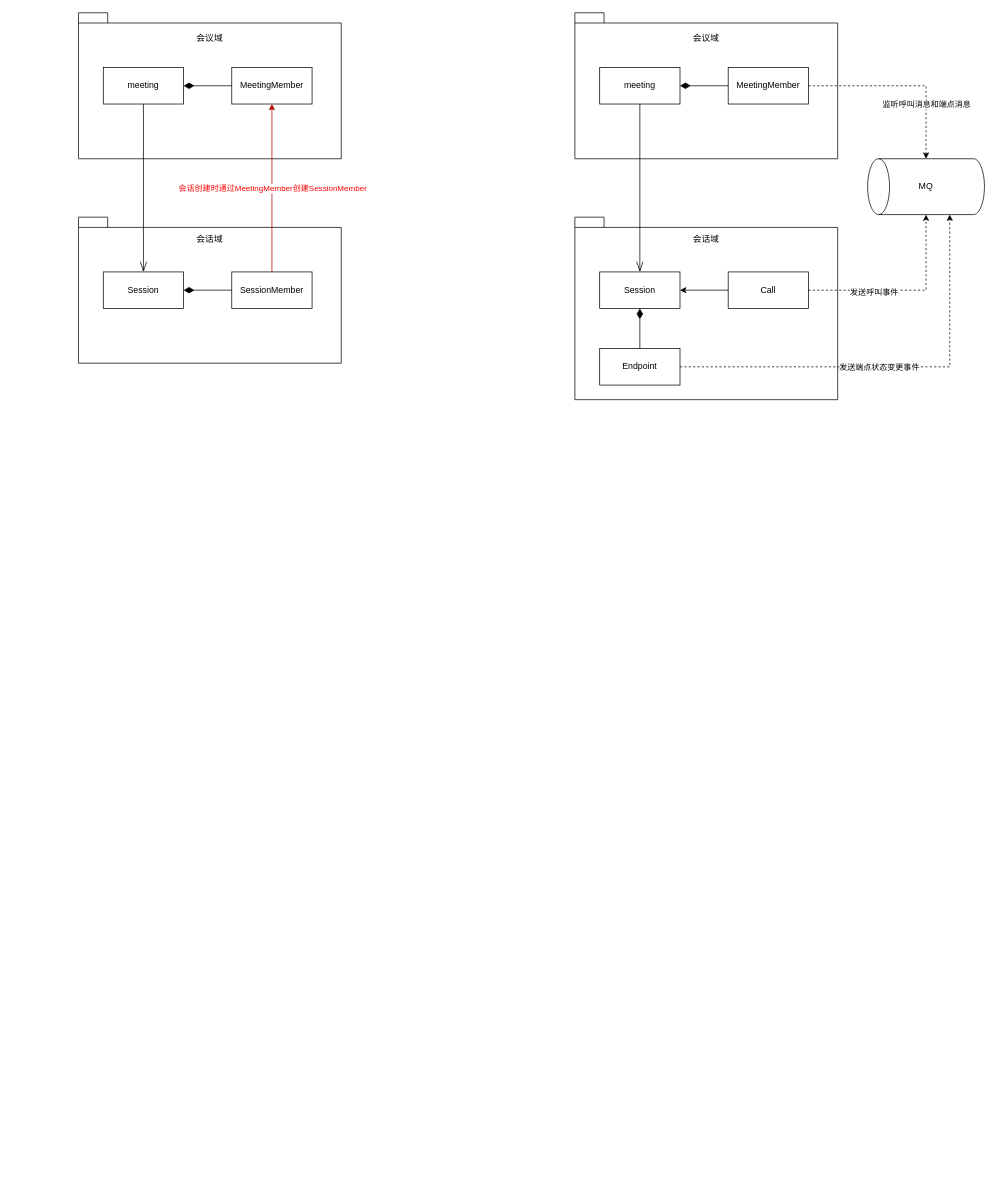
Before: 职级.drawio in herozzn/draw, a draw.io diagram. Source tidied: cells renumbered, new cells numbered last; positions are measured from the earlier drawing's top-left corner, leaving out a move shared by most shapes. Both pictures are drawn from the tidied source at 73%, with x=0, y=0 at pixel (78, 12).
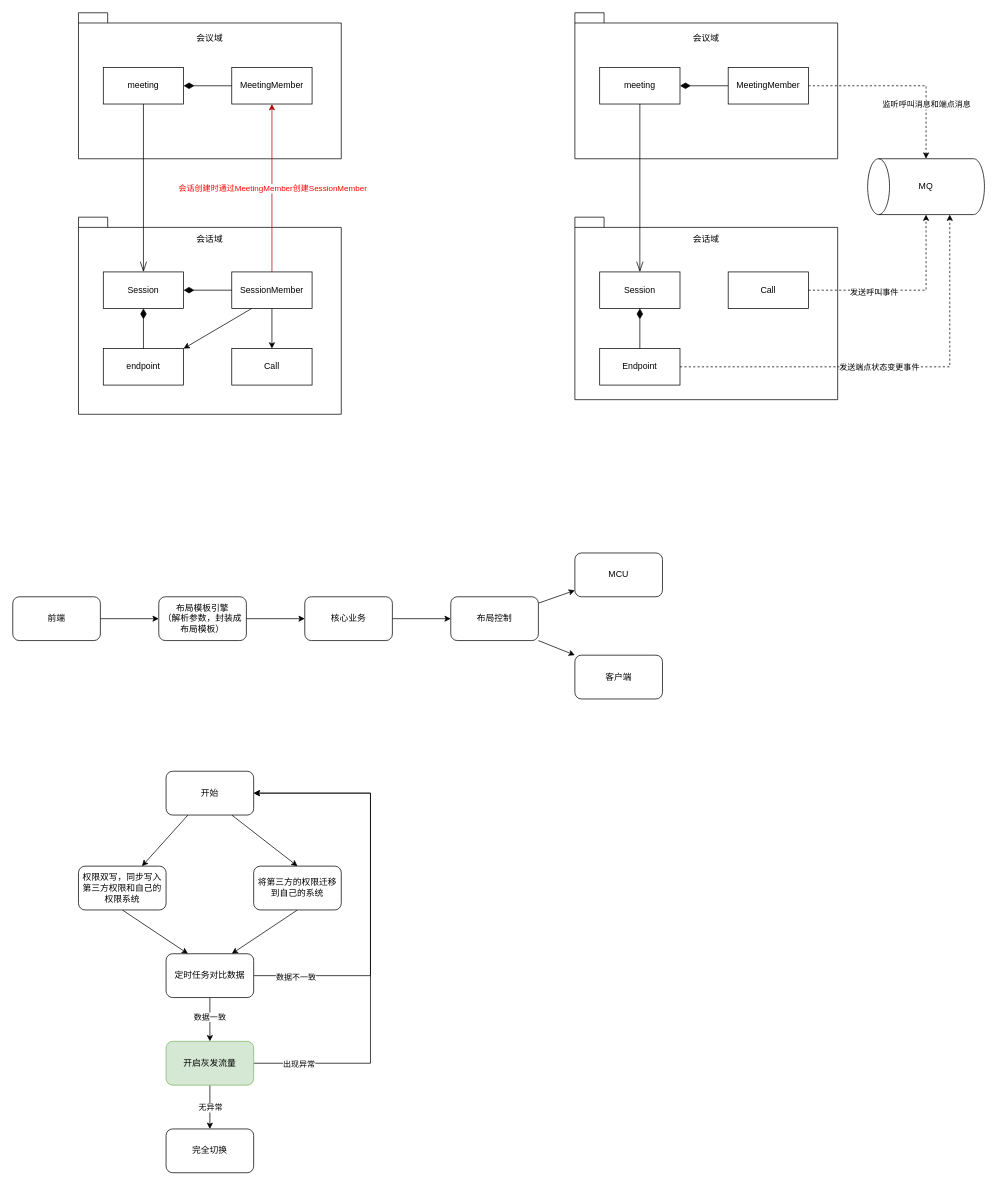
The same page after the edit.

Unchanged cells that the change refers to:
```xml
<mxCell id="9" value="Session" style="html=1;whiteSpace=wrap;" parent="1" vertex="1">
  <mxGeometry x="34" y="355" width="110" height="50" as="geometry" />
</mxCell>
<mxCell id="12" value="SessionMember" style="html=1;whiteSpace=wrap;" parent="1" vertex="1">
  <mxGeometry x="210" y="355" width="110" height="50" as="geometry" />
</mxCell>
<mxCell id="24" value="Session" style="html=1;whiteSpace=wrap;" parent="1" vertex="1">
  <mxGeometry x="714" y="355" width="110" height="50" as="geometry" />
</mxCell>
<mxCell id="29" value="Call" style="html=1;whiteSpace=wrap;" parent="1" vertex="1">
  <mxGeometry x="890" y="355" width="110" height="50" as="geometry" />
</mxCell>
```

Change to the diagram source:
```diff
@@
     <mxCell id="7" style="shape=folder;fontStyle=1;spacingTop=10;tabWidth=40;tabHeight=14;tabPosition=left;html=1;whiteSpace=wrap;" parent="1" vertex="1">
-      <mxGeometry y="280" width="360" height="200" as="geometry" />
+      <mxGeometry y="280" width="360" height="270" as="geometry" />
     </mxCell>
@@
+    <mxCell id="36" style="rounded=0;jettySize=auto;html=1;exitX=0.25;exitY=1;exitDx=0;exitDy=0;entryX=1;entryY=0;entryDx=0;entryDy=0;" parent="1" edge="1" source="12" target="49">
+      <mxGeometry relative="1" as="geometry" />
+    </mxCell>
+    <mxCell id="37" style="edgeStyle=orthogonalEdgeStyle;rounded=0;jettySize=auto;html=1;exitX=0.5;exitY=1;exitDx=0;exitDy=0;" parent="1" edge="1" source="12" target="51">
+      <mxGeometry relative="1" as="geometry" />
+    </mxCell>
@@
-    <mxCell id="28" style="edgeStyle=orthogonalEdgeStyle;rounded=0;jettySize=auto;html=1;entryX=1;entryY=0.5;entryDx=0;entryDy=0;" parent="1" edge="1" source="29" target="24">
-      <mxGeometry relative="1" as="geometry" />
-    </mxCell>
@@
+    <mxCell id="38" style="edgeStyle=orthogonalEdgeStyle;rounded=0;jettySize=auto;html=1;" parent="1" edge="1" source="39" target="41">
+      <mxGeometry relative="1" as="geometry" />
+    </mxCell>
+    <mxCell id="39" value="前端" style="rounded=1;whiteSpace=wrap;html=1;" parent="1" vertex="1">
+      <mxGeometry x="-90" y="800" width="120" height="60" as="geometry" />
+    </mxCell>
+    <mxCell id="40" style="edgeStyle=orthogonalEdgeStyle;rounded=0;jettySize=auto;html=1;" parent="1" edge="1" source="41" target="43">
+      <mxGeometry relative="1" as="geometry" />
+    </mxCell>
+    <mxCell id="41" value="布局模板引擎&lt;br&gt;（解析参数，封装成布局模板）" style="rounded=1;whiteSpace=wrap;html=1;" parent="1" vertex="1">
+      <mxGeometry x="110" y="800" width="120" height="60" as="geometry" />
+    </mxCell>
+    <mxCell id="42" style="edgeStyle=orthogonalEdgeStyle;rounded=0;jettySize=auto;html=1;" parent="1" edge="1" source="43" target="46">
+      <mxGeometry relative="1" as="geometry" />
+    </mxCell>
+    <mxCell id="43" value="核心业务" style="rounded=1;whiteSpace=wrap;html=1;" parent="1" vertex="1">
+      <mxGeometry x="310" y="800" width="120" height="60" as="geometry" />
+    </mxCell>
+    <mxCell id="44" style="rounded=0;jettySize=auto;html=1;" parent="1" edge="1" source="46" target="47">
+      <mxGeometry relative="1" as="geometry" />
+    </mxCell>
+    <mxCell id="45" style="rounded=0;jettySize=auto;html=1;exitX=1;exitY=1;exitDx=0;exitDy=0;entryX=0;entryY=0;entryDx=0;entryDy=0;" parent="1" edge="1" source="46" target="48">
+      <mxGeometry relative="1" as="geometry" />
+    </mxCell>
+    <mxCell id="46" value="布局控制" style="rounded=1;whiteSpace=wrap;html=1;" parent="1" vertex="1">
+      <mxGeometry x="510" y="800" width="120" height="60" as="geometry" />
+    </mxCell>
+    <mxCell id="47" value="MCU" style="rounded=1;whiteSpace=wrap;html=1;" parent="1" vertex="1">
+      <mxGeometry x="680" y="740" width="120" height="60" as="geometry" />
+    </mxCell>
+    <mxCell id="48" value="客户端" style="rounded=1;whiteSpace=wrap;html=1;" parent="1" vertex="1">
+      <mxGeometry x="680" y="880" width="120" height="60" as="geometry" />
+    </mxCell>
+    <mxCell id="49" value="endpoint" style="html=1;whiteSpace=wrap;" parent="1" vertex="1">
+      <mxGeometry x="34" y="460" width="110" height="50" as="geometry" />
+    </mxCell>
+    <mxCell id="50" style="endArrow=diamondThin;endFill=1;endSize=12;html=1;rounded=0;exitX=0.5;exitY=0;exitDx=0;exitDy=0;entryX=0.5;entryY=1;entryDx=0;entryDy=0;" parent="1" edge="1" source="49" target="9">
+      <mxGeometry relative="1" as="geometry" />
+    </mxCell>
+    <mxCell id="51" value="Call" style="html=1;whiteSpace=wrap;" parent="1" vertex="1">
+      <mxGeometry x="210" y="460" width="110" height="50" as="geometry" />
+    </mxCell>
+    <mxCell id="52" style="rounded=0;jettySize=auto;html=1;exitX=0.75;exitY=1;exitDx=0;exitDy=0;entryX=0.5;entryY=0;entryDx=0;entryDy=0;" parent="1" edge="1" source="54" target="56">
+      <mxGeometry relative="1" as="geometry" />
+    </mxCell>
+    <mxCell id="53" style="rounded=0;jettySize=auto;html=1;exitX=0.25;exitY=1;exitDx=0;exitDy=0;" parent="1" edge="1" source="54" target="58">
+      <mxGeometry relative="1" as="geometry" />
+    </mxCell>
+    <mxCell id="54" value="开始" style="rounded=1;whiteSpace=wrap;html=1;" parent="1" vertex="1">
+      <mxGeometry x="120" y="1039" width="120" height="60" as="geometry" />
+    </mxCell>
+    <mxCell id="55" style="rounded=0;jettySize=auto;html=1;exitX=0.5;exitY=1;exitDx=0;exitDy=0;entryX=0.75;entryY=0;entryDx=0;entryDy=0;" parent="1" edge="1" source="56" target="63">
+      <mxGeometry relative="1" as="geometry" />
+    </mxCell>
+    <mxCell id="56" value="将第三方的权限迁移到自己的系统" style="rounded=1;whiteSpace=wrap;html=1;" parent="1" vertex="1">
+      <mxGeometry x="240" y="1169" width="120" height="60" as="geometry" />
+    </mxCell>
+    <mxCell id="57" style="rounded=0;jettySize=auto;html=1;exitX=0.5;exitY=1;exitDx=0;exitDy=0;entryX=0.25;entryY=0;entryDx=0;entryDy=0;" parent="1" edge="1" source="58" target="63">
+      <mxGeometry relative="1" as="geometry" />
+    </mxCell>
+    <mxCell id="58" value="权限双写，同步写入第三方权限和自己的权限系统" style="rounded=1;whiteSpace=wrap;html=1;" parent="1" vertex="1">
+      <mxGeometry y="1169" width="120" height="60" as="geometry" />
+    </mxCell>
+    <mxCell id="59" style="edgeStyle=orthogonalEdgeStyle;rounded=0;jettySize=auto;html=1;" parent="1" edge="1" source="63" target="68">
+      <mxGeometry relative="1" as="geometry" />
+    </mxCell>
+    <mxCell id="60" value="数据一致" style="edgeLabel;html=1;align=center;verticalAlign=middle;" parent="59" vertex="1">
+      <mxGeometry x="-0.13" y="-1" relative="1" as="geometry" />
+    </mxCell>
+    <mxCell id="61" style="edgeStyle=orthogonalEdgeStyle;rounded=0;jettySize=auto;html=1;exitX=1;exitY=0.5;exitDx=0;exitDy=0;entryX=1;entryY=0.5;entryDx=0;entryDy=0;" parent="1" edge="1" source="63" target="54">
+      <mxGeometry relative="1" as="geometry">
+        <Array as="points">
+          <mxPoint x="400" y="1319" />
+          <mxPoint x="400" y="1069" />
+        </Array>
+      </mxGeometry>
+    </mxCell>
+    <mxCell id="62" value="数据不一致" style="edgeLabel;html=1;align=center;verticalAlign=middle;" parent="61" vertex="1">
+      <mxGeometry x="-0.8" y="-1" relative="1" as="geometry" />
+    </mxCell>
+    <mxCell id="63" value="定时任务对比数据" style="rounded=1;whiteSpace=wrap;html=1;" parent="1" vertex="1">
+      <mxGeometry x="120" y="1289" width="120" height="60" as="geometry" />
+    </mxCell>
+    <mxCell id="64" style="edgeStyle=orthogonalEdgeStyle;rounded=0;jettySize=auto;html=1;entryX=1;entryY=0.5;entryDx=0;entryDy=0;exitX=1;exitY=0.5;exitDx=0;exitDy=0;" parent="1" edge="1" source="68" target="54">
+      <mxGeometry relative="1" as="geometry">
+        <Array as="points">
+          <mxPoint x="400" y="1439" />
+          <mxPoint x="400" y="1069" />
+        </Array>
+      </mxGeometry>
+    </mxCell>
+    <mxCell id="65" value="出现异常" style="edgeLabel;html=1;align=center;verticalAlign=middle;" parent="64" vertex="1">
+      <mxGeometry x="-0.72" y="4" relative="1" as="geometry">
+        <mxPoint x="-36" y="4" as="offset" />
+      </mxGeometry>
+    </mxCell>
+    <mxCell id="66" style="edgeStyle=orthogonalEdgeStyle;rounded=0;jettySize=auto;html=1;" parent="1" edge="1" source="68" target="69">
+      <mxGeometry relative="1" as="geometry" />
+    </mxCell>
+    <mxCell id="67" value="无异常" style="edgeLabel;html=1;align=center;verticalAlign=middle;" parent="66" vertex="1">
+      <mxGeometry x="-0.4" y="-1" relative="1" as="geometry">
+        <mxPoint x="1" y="12" as="offset" />
+      </mxGeometry>
+    </mxCell>
+    <mxCell id="68" value="开启灰发流量" style="rounded=1;whiteSpace=wrap;html=1;fillColor=#d5e8d4;strokeColor=#82b366;" parent="1" vertex="1">
+      <mxGeometry x="120" y="1409" width="120" height="60" as="geometry" />
+    </mxCell>
+    <mxCell id="69" value="完全切换" style="rounded=1;whiteSpace=wrap;html=1;" parent="1" vertex="1">
+      <mxGeometry x="120" y="1529" width="120" height="60" as="geometry" />
+    </mxCell>
```
